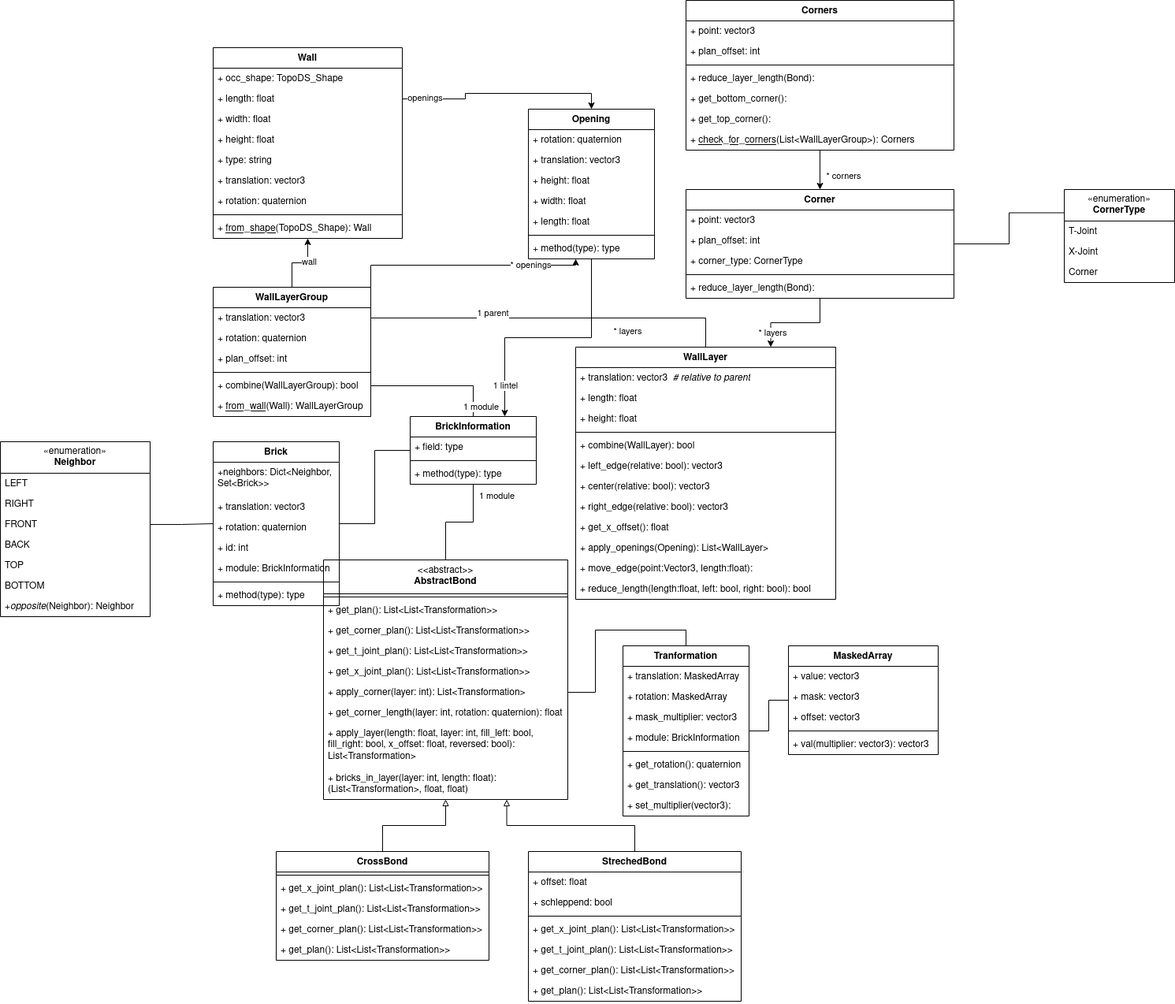
This is txt/fig/klassendiagramm_full.drawio.png from rossizero/masterarbeit, a draw.io export, as it was before one commit. Source tidied: cells renumbered, new cells last; positions are measured from the earlier drawing's top-left corner, leaving out a move shared by most shapes.
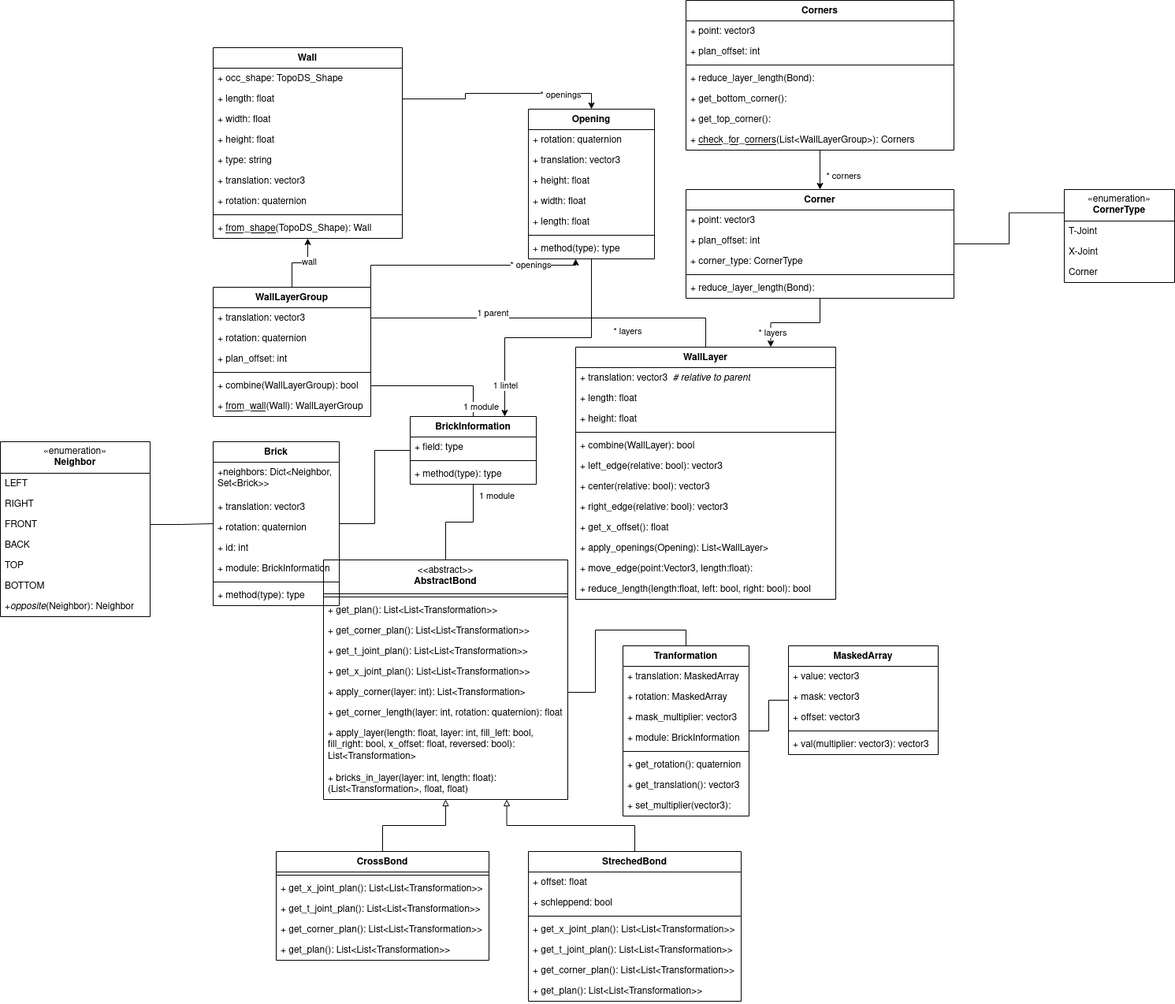
The same diagram one commit later.

Change to the diagram source:
```diff
@@ -198,8 +198,10 @@
     <mxCell id="62" style="edgeStyle=orthogonalEdgeStyle;rounded=0;jettySize=auto;html=1;exitX=1;exitY=0.5;exitDx=0;exitDy=0;entryX=0.5;entryY=0;entryDx=0;entryDy=0;" parent="1" edge="1" source="4" target="38">
       <mxGeometry relative="1" as="geometry" />
     </mxCell>
-    <mxCell id="63" value="openings" style="edgeLabel;html=1;align=center;verticalAlign=middle;" parent="62" vertex="1">
-      <mxGeometry x="-0.79" y="1" relative="1" as="geometry" />
+    <mxCell id="63" value="* openings" style="edgeLabel;html=1;align=center;verticalAlign=middle;" parent="62" vertex="1">
+      <mxGeometry x="-0.79" y="1" relative="1" as="geometry">
+        <mxPoint x="172" y="-4" as="offset" />
+      </mxGeometry>
     </mxCell>
     <mxCell id="64" style="edgeStyle=orthogonalEdgeStyle;rounded=0;jettySize=auto;html=1;exitX=1;exitY=0.5;exitDx=0;exitDy=0;entryX=0.5;entryY=0;entryDx=0;entryDy=0;endArrow=none;endFill=0;" parent="1" edge="1" source="21" target="55">
       <mxGeometry relative="1" as="geometry" />
```
